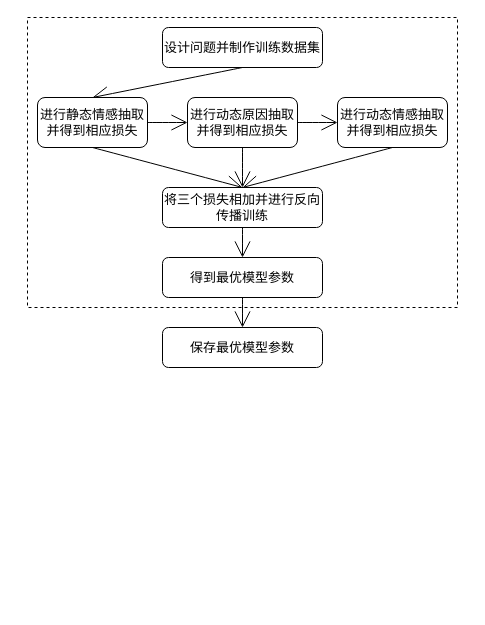
Before: 流程图.drawio in zhoucz97/paper_figure, a draw.io diagram. Source tidied: cells renumbered, new cells numbered last; positions are measured from the earlier drawing's top-left corner, leaving out a move shared by most shapes. Both pictures are drawn from the tidied source at 100%, with x=0, y=0 at pixel (27, 17).
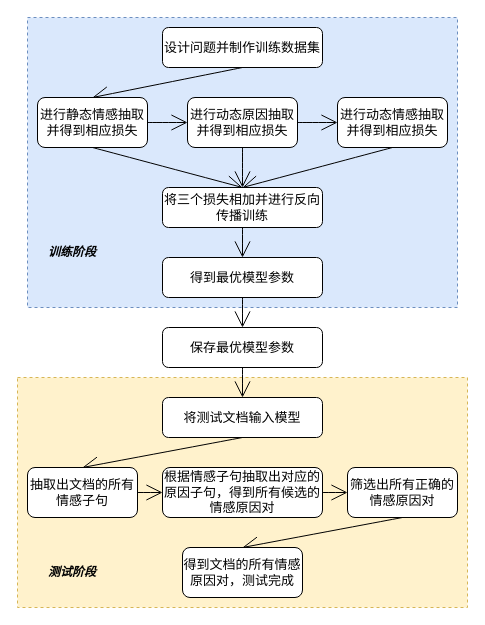
The same page after the edit.

Unchanged cells that the change refers to:
```xml
<mxCell id="17" value="&lt;font style=&quot;font-size: 13px&quot;&gt;保存最优模型参数&lt;/font&gt;" style="rounded=1;whiteSpace=wrap;html=1;hachureGap=4;" parent="1" vertex="1">
  <mxGeometry x="135" y="310" width="160" height="40" as="geometry" />
</mxCell>
```

The edit, as a diff of the source:
```diff
@@
+    <mxCell id="18" style="rounded=0;whiteSpace=wrap;html=1;hachureGap=4;dashed=1;fillColor=#fff2cc;strokeColor=#d6b656;" parent="1" vertex="1">
+      <mxGeometry x="-10" y="360" width="450" height="230" as="geometry" />
+    </mxCell>
-    <mxCell id="2" style="rounded=0;whiteSpace=wrap;html=1;hachureGap=4;dashed=1;" parent="1" vertex="1">
+    <mxCell id="2" style="rounded=0;whiteSpace=wrap;html=1;hachureGap=4;dashed=1;fillColor=#dae8fc;strokeColor=#6c8ebf;" parent="1" vertex="1">
       <mxGeometry width="430" height="290" as="geometry" />
     </mxCell>
@@
+    <mxCell id="19" style="edgeStyle=none;curved=1;rounded=0;jettySize=auto;html=1;entryX=0.5;entryY=0;entryDx=0;entryDy=0;endArrow=open;startSize=14;endSize=14;sourcePerimeterSpacing=8;targetPerimeterSpacing=8;exitX=0.5;exitY=1;exitDx=0;exitDy=0;" parent="1" edge="1" source="17" target="21">
+      <mxGeometry relative="1" as="geometry" />
+    </mxCell>
@@
+    <mxCell id="20" style="edgeStyle=none;curved=1;rounded=0;jettySize=auto;html=1;entryX=0.5;entryY=0;entryDx=0;entryDy=0;endArrow=open;startSize=14;endSize=14;sourcePerimeterSpacing=8;targetPerimeterSpacing=8;exitX=0.5;exitY=1;exitDx=0;exitDy=0;" parent="1" edge="1" source="21" target="23">
+      <mxGeometry relative="1" as="geometry" />
+    </mxCell>
+    <mxCell id="21" value="&lt;span style=&quot;font-size: 13px&quot;&gt;将测试文档输入模型&lt;/span&gt;" style="rounded=1;whiteSpace=wrap;html=1;hachureGap=4;" parent="1" vertex="1">
+      <mxGeometry x="135" y="380" width="160" height="40" as="geometry" />
+    </mxCell>
+    <mxCell id="22" style="edgeStyle=none;curved=1;rounded=0;jettySize=auto;html=1;entryX=0;entryY=0.5;entryDx=0;entryDy=0;endArrow=open;startSize=14;endSize=14;sourcePerimeterSpacing=8;targetPerimeterSpacing=8;exitX=1;exitY=0.5;exitDx=0;exitDy=0;" parent="1" edge="1" source="23" target="25">
+      <mxGeometry relative="1" as="geometry" />
+    </mxCell>
+    <mxCell id="23" value="&lt;span style=&quot;font-size: 13px&quot;&gt;抽取出文档的所有情感子句&lt;/span&gt;" style="rounded=1;whiteSpace=wrap;html=1;hachureGap=4;" parent="1" vertex="1">
+      <mxGeometry y="450" width="110" height="50" as="geometry" />
+    </mxCell>
+    <mxCell id="24" style="edgeStyle=none;curved=1;rounded=0;jettySize=auto;html=1;entryX=0;entryY=0.5;entryDx=0;entryDy=0;endArrow=open;startSize=14;endSize=14;sourcePerimeterSpacing=8;targetPerimeterSpacing=8;exitX=1;exitY=0.5;exitDx=0;exitDy=0;" parent="1" edge="1" source="25" target="27">
+      <mxGeometry relative="1" as="geometry" />
+    </mxCell>
+    <mxCell id="25" value="&lt;span style=&quot;font-size: 13px&quot;&gt;根据情感子句抽取出对应的原因子句，得到所有候选的情感原因对&lt;/span&gt;" style="rounded=1;whiteSpace=wrap;html=1;hachureGap=4;" parent="1" vertex="1">
+      <mxGeometry x="135" y="450" width="160" height="50" as="geometry" />
+    </mxCell>
+    <mxCell id="26" style="edgeStyle=none;curved=1;rounded=0;jettySize=auto;html=1;entryX=0.5;entryY=0;entryDx=0;entryDy=0;endArrow=open;startSize=14;endSize=14;sourcePerimeterSpacing=8;targetPerimeterSpacing=8;exitX=0.5;exitY=1;exitDx=0;exitDy=0;" parent="1" edge="1" source="27" target="28">
+      <mxGeometry relative="1" as="geometry" />
+    </mxCell>
+    <mxCell id="27" value="&lt;span style=&quot;font-size: 13px&quot;&gt;筛选出所有正确的情感原因对&lt;/span&gt;" style="rounded=1;whiteSpace=wrap;html=1;hachureGap=4;" parent="1" vertex="1">
+      <mxGeometry x="320" y="450" width="110" height="50" as="geometry" />
+    </mxCell>
+    <mxCell id="28" value="&lt;span style=&quot;font-size: 13px&quot;&gt;得到文档的所有情感原因对，测试完成&lt;/span&gt;" style="rounded=1;whiteSpace=wrap;html=1;hachureGap=4;" parent="1" vertex="1">
+      <mxGeometry x="155" y="530" width="120" height="50" as="geometry" />
+    </mxCell>
+    <mxCell id="29" value="&lt;b&gt;&lt;i&gt;训练阶段&lt;/i&gt;&lt;/b&gt;" style="text;html=1;strokeColor=none;fillColor=none;align=center;verticalAlign=middle;whiteSpace=wrap;rounded=0;dashed=1;hachureGap=4;" parent="1" vertex="1">
+      <mxGeometry x="10" y="220" width="70" height="30" as="geometry" />
+    </mxCell>
+    <mxCell id="30" value="&lt;b&gt;&lt;i&gt;测试阶段&lt;/i&gt;&lt;/b&gt;" style="text;html=1;strokeColor=none;fillColor=none;align=center;verticalAlign=middle;whiteSpace=wrap;rounded=0;dashed=1;hachureGap=4;" parent="1" vertex="1">
+      <mxGeometry x="10" y="540" width="70" height="30" as="geometry" />
+    </mxCell>
```
